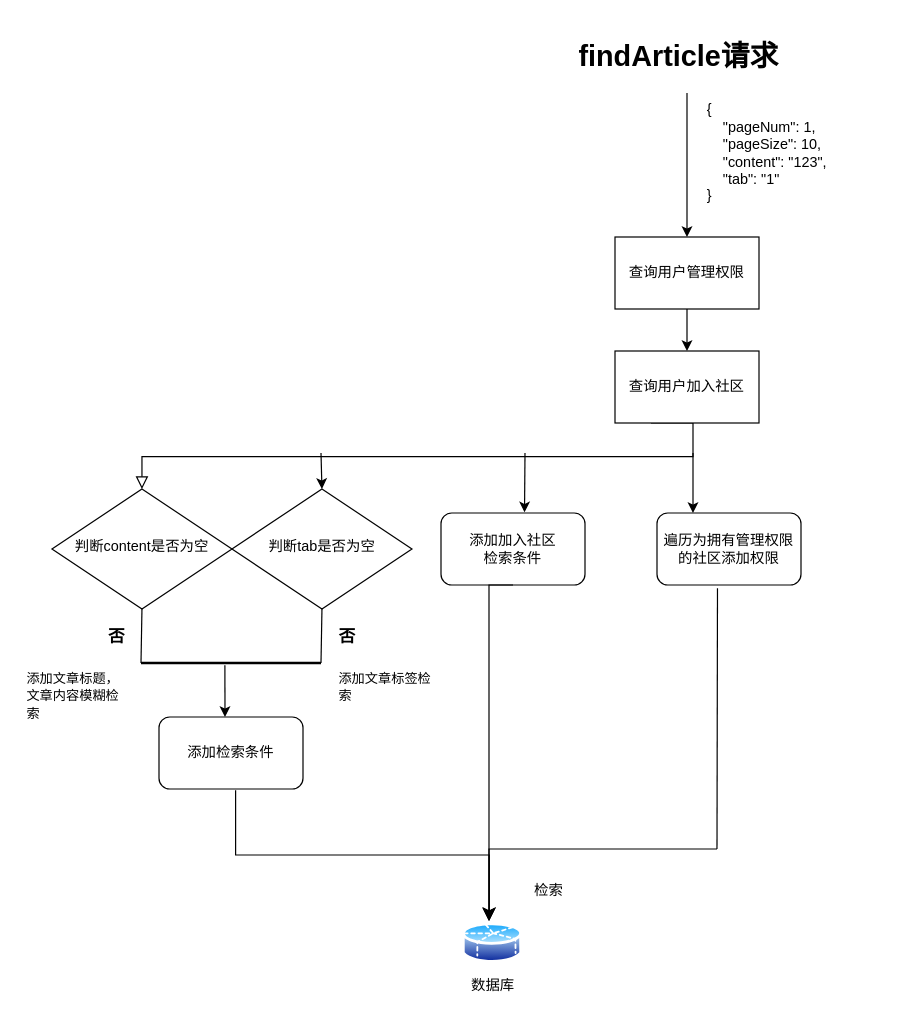
Earlier version of the draw.io diagram findArticle流程.drawio (wanghaonan12/drawImage). Source tidied: cells renumbered, new cells numbered last; positions are measured from the earlier drawing's top-left corner, leaving out a move shared by most shapes. Both pictures are drawn from the tidied source at 120%, with x=0, y=0 at pixel (20, 32).
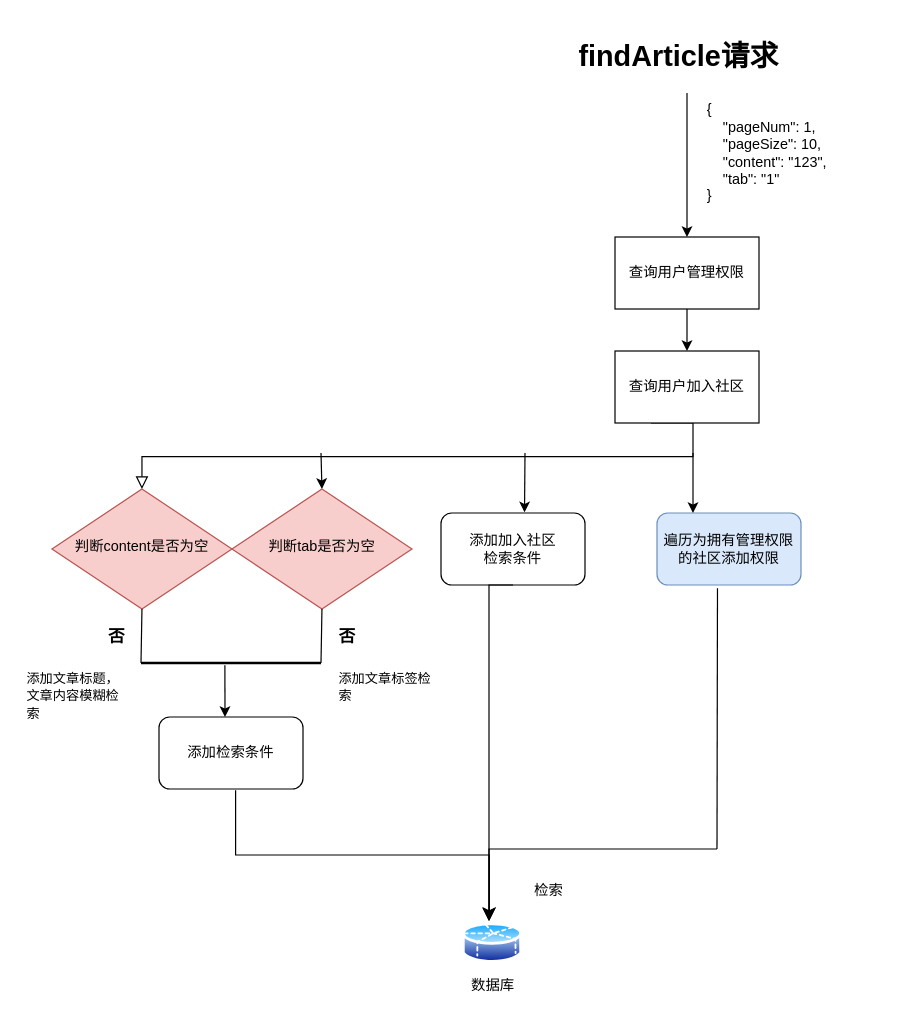
Above is the later version.

The edit, as a diff of the source:
```diff
@@
-    <mxCell id="3" value="判断content是否为空" style="rhombus;whiteSpace=wrap;html=1;shadow=0;fontFamily=Helvetica;fontSize=12;align=center;strokeWidth=1;spacing=6;spacingTop=-4;" parent="1" vertex="1">
+    <mxCell id="3" value="判断content是否为空" style="rhombus;whiteSpace=wrap;html=1;shadow=0;fontFamily=Helvetica;fontSize=12;align=center;strokeWidth=1;spacing=6;spacingTop=-4;fillColor=#f8cecc;strokeColor=#b85450;" parent="1" vertex="1">
       <mxGeometry x="25.8" y="380" width="150" height="100" as="geometry" />
     </mxCell>
@@
-    <mxCell id="11" value="判断tab是否为空" style="rhombus;whiteSpace=wrap;html=1;shadow=0;fontFamily=Helvetica;fontSize=12;align=center;strokeWidth=1;spacing=6;spacingTop=-4;" parent="1" vertex="1">
+    <mxCell id="11" value="判断tab是否为空" style="rhombus;whiteSpace=wrap;html=1;shadow=0;fontFamily=Helvetica;fontSize=12;align=center;strokeWidth=1;spacing=6;spacingTop=-4;fillColor=#f8cecc;strokeColor=#b85450;" parent="1" vertex="1">
       <mxGeometry x="175.8" y="380" width="150" height="100" as="geometry" />
     </mxCell>
@@
-    <mxCell id="13" value="遍历为拥有管理权限的社区添加权限" style="rounded=1;whiteSpace=wrap;html=1;" parent="1" vertex="1">
+    <mxCell id="13" value="遍历为拥有管理权限的社区添加权限" style="rounded=1;whiteSpace=wrap;html=1;fillColor=#dae8fc;strokeColor=#6c8ebf;" parent="1" vertex="1">
       <mxGeometry x="530" y="400" width="120" height="60" as="geometry" />
     </mxCell>
```
